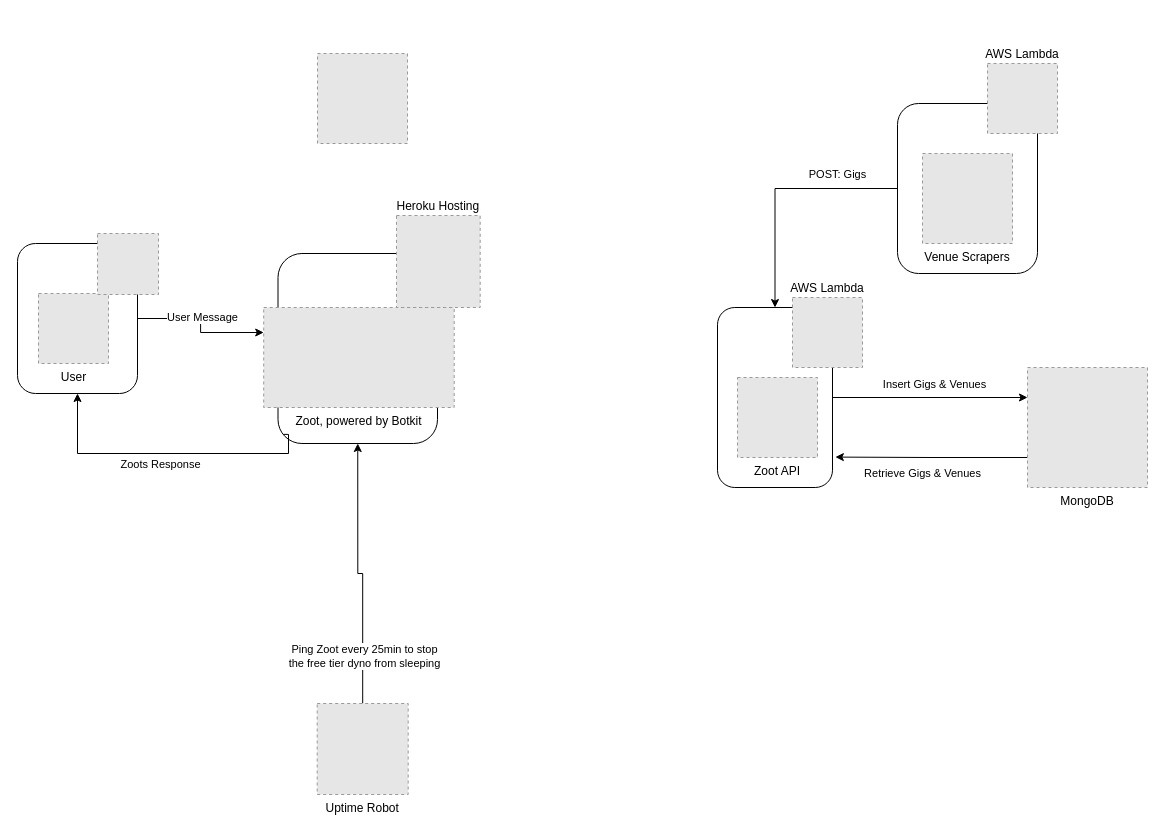
zootytooty/zoothome keeps this draw.io diagram as images/Untitled Diagram.drawio. Above is the earlier version. Source tidied: cells renumbered, new cells numbered last; positions are measured from the earlier drawing's top-left corner, leaving out a move shared by most shapes. Both pictures are drawn from the tidied source at 100%, with x=0, y=0 at pixel (17, 53). Pictures stored in the file or linked from it are replaced by grey dashed boxes.
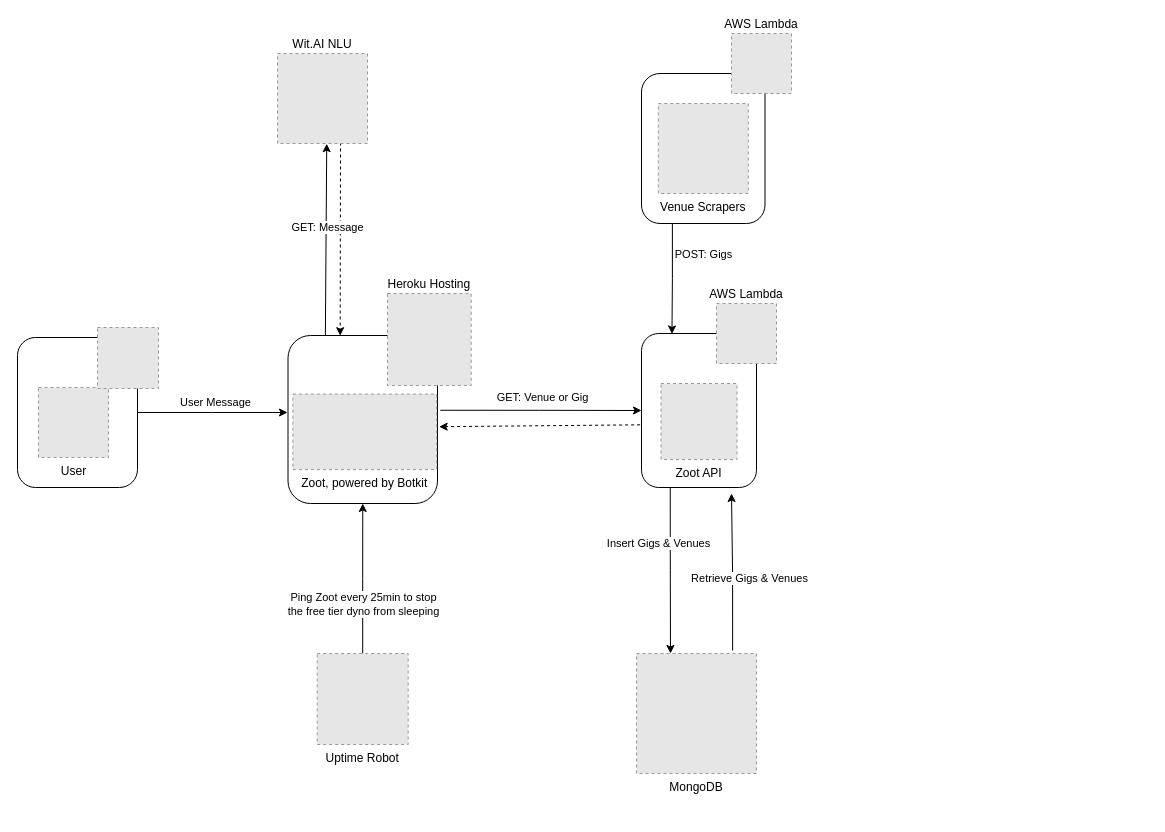
Above is the later version.

Unchanged cells that the change refers to:
```xml
<mxCell id="9" style="edgeStyle=orthogonalEdgeStyle;rounded=0;jettySize=auto;html=1;exitX=0.5;exitY=0;exitDx=0;exitDy=0;entryX=0.5;entryY=1;entryDx=0;entryDy=0;" parent="1" edge="1" source="11" target="14">
  <mxGeometry relative="1" as="geometry" />
</mxCell>
```

Diff of the diagram source:
```diff
@@
-    <mxCell id="2" style="edgeStyle=orthogonalEdgeStyle;rounded=0;jettySize=auto;html=1;exitX=0;exitY=0.75;exitDx=0;exitDy=0;entryX=1.025;entryY=0.831;entryDx=0;entryDy=0;entryPerimeter=0;" parent="1" edge="1" source="4" target="26">
-      <mxGeometry relative="1" as="geometry" />
+    <mxCell id="2" style="edgeStyle=orthogonalEdgeStyle;rounded=0;jettySize=auto;html=1;exitX=0.801;exitY=-0.025;exitDx=0;exitDy=0;exitPerimeter=0;" parent="1" edge="1" source="4">
+      <mxGeometry relative="1" as="geometry">
+        <mxPoint x="714" y="440" as="targetPoint" />
+      </mxGeometry>
     </mxCell>
     <mxCell id="3" value="Retrieve Gigs &amp;amp; Venues" style="edgeLabel;html=1;align=center;verticalAlign=middle;" parent="2" vertex="1">
       <mxGeometry x="0.09" y="3" relative="1" as="geometry">
-        <mxPoint x="-1" y="13" as="offset" />
+        <mxPoint x="20" y="13" as="offset" />
       </mxGeometry>
     </mxCell>
     <mxCell id="4" value="MongoDB" style="fillColor=#E6E6E6;strokeColor=#999999;dashed=1;verticalLabelPosition=bottom;labelBackgroundColor=#ffffff;verticalAlign=top;" parent="1" vertex="1">
-      <mxGeometry x="1010" y="314" width="120" height="120" as="geometry" />
+      <mxGeometry x="619" y="600" width="120" height="120" as="geometry" />
     </mxCell>
+    <mxCell id="29" style="edgeStyle=none;rounded=0;jettySize=auto;html=1;exitX=0.7;exitY=0.989;exitDx=0;exitDy=0;entryX=0.349;entryY=0.001;entryDx=0;entryDy=0;entryPerimeter=0;dashed=1;exitPerimeter=0;" parent="1" edge="1" source="5" target="14">
+      <mxGeometry relative="1" as="geometry" />
+    </mxCell>
-    <mxCell id="5" style="fillColor=#E6E6E6;strokeColor=#999999;dashed=1;verticalLabelPosition=bottom;labelBackgroundColor=#ffffff;verticalAlign=top;" parent="1" vertex="1">
-      <mxGeometry x="300" width="90" height="90" as="geometry" />
+    <mxCell id="5" value="Wit.AI NLU" style="fillColor=#E6E6E6;strokeColor=#999999;dashed=1;verticalLabelPosition=top;labelBackgroundColor=#ffffff;verticalAlign=bottom;labelPosition=center;align=center;" parent="1" vertex="1">
+      <mxGeometry x="260" width="90" height="90" as="geometry" />
     </mxCell>
-    <mxCell id="6" style="edgeStyle=orthogonalEdgeStyle;rounded=0;jettySize=auto;html=1;exitX=1;exitY=0.5;exitDx=0;exitDy=0;entryX=0;entryY=0.25;entryDx=0;entryDy=0;" parent="1" edge="1" source="8" target="17">
-      <mxGeometry relative="1" as="geometry" />
+    <mxCell id="6" style="edgeStyle=orthogonalEdgeStyle;rounded=0;jettySize=auto;html=1;exitX=1;exitY=0.5;exitDx=0;exitDy=0;" parent="1" edge="1" source="8">
+      <mxGeometry relative="1" as="geometry">
+        <mxPoint x="270" y="359" as="targetPoint" />
+      </mxGeometry>
     </mxCell>
@@
     <mxCell id="8" style="rounded=1;whiteSpace=wrap;html=1;" parent="1" vertex="1">
-      <mxGeometry y="190" width="120" height="150" as="geometry" />
+      <mxGeometry y="284" width="120" height="150" as="geometry" />
     </mxCell>
@@
     <mxCell id="10" value="Ping Zoot every 25min to stop &lt;br&gt;&lt;div&gt;the free tier dyno from sleeping&lt;/div&gt;" style="edgeLabel;html=1;align=center;verticalAlign=middle;" parent="9" vertex="1">
       <mxGeometry x="-0.75" y="-1" relative="1" as="geometry">
-        <mxPoint y="-15" as="offset" />
+        <mxPoint x="-1" y="-31" as="offset" />
       </mxGeometry>
     </mxCell>
     <mxCell id="11" value="Uptime Robot" style="fillColor=#E6E6E6;strokeColor=#999999;dashed=1;verticalLabelPosition=bottom;labelBackgroundColor=#ffffff;verticalAlign=top;" parent="1" vertex="1">
-      <mxGeometry x="299.7" y="650" width="91" height="91" as="geometry" />
+      <mxGeometry x="299.7" y="600" width="91" height="91" as="geometry" />
     </mxCell>
     <mxCell id="12" value="User" style="fillColor=#E6E6E6;strokeColor=#999999;dashed=1;html=1;verticalAlign=top;verticalLabelPosition=bottom;labelBackgroundColor=#ffffff;" parent="1" vertex="1">
-      <mxGeometry x="21" y="240" width="70" height="70" as="geometry" />
+      <mxGeometry x="21" y="334" width="70" height="70" as="geometry" />
     </mxCell>
     <mxCell id="13" style="fillColor=#E6E6E6;strokeColor=#999999;dashed=1;verticalLabelPosition=bottom;verticalAlign=top;" parent="1" vertex="1">
-      <mxGeometry x="80" y="180" width="61" height="61" as="geometry" />
+      <mxGeometry x="80" y="274" width="61" height="61" as="geometry" />
     </mxCell>
+    <mxCell id="30" style="edgeStyle=orthogonalEdgeStyle;rounded=0;jettySize=auto;html=1;exitX=1.019;exitY=0.445;exitDx=0;exitDy=0;entryX=0;entryY=0.5;entryDx=0;entryDy=0;exitPerimeter=0;" parent="1" edge="1" source="14" target="26">
+      <mxGeometry relative="1" as="geometry" />
+    </mxCell>
+    <mxCell id="31" value="GET: Venue or Gig" style="edgeLabel;html=1;align=center;verticalAlign=middle;" parent="30" vertex="1">
+      <mxGeometry x="-0.35" y="-1" relative="1" as="geometry">
+        <mxPoint x="37" y="-14" as="offset" />
+      </mxGeometry>
+    </mxCell>
+    <mxCell id="32" style="edgeStyle=none;rounded=0;jettySize=auto;html=1;exitX=0.25;exitY=0;exitDx=0;exitDy=0;entryX=0.547;entryY=1.002;entryDx=0;entryDy=0;entryPerimeter=0;" parent="1" edge="1" source="14" target="5">
+      <mxGeometry relative="1" as="geometry" />
+    </mxCell>
+    <mxCell id="33" value="GET: Message" style="edgeLabel;html=1;align=center;verticalAlign=middle;" parent="32" vertex="1">
+      <mxGeometry x="0.14" y="-1" relative="1" as="geometry" />
+    </mxCell>
     <mxCell id="14" style="rounded=1;whiteSpace=wrap;html=1;" parent="1" vertex="1">
-      <mxGeometry x="260.5" y="200" width="159.5" height="190" as="geometry" />
+      <mxGeometry x="270.5" y="282" width="149.5" height="168" as="geometry" />
     </mxCell>
-    <mxCell id="15" style="edgeStyle=orthogonalEdgeStyle;rounded=0;jettySize=auto;html=1;exitX=0.034;exitY=0.952;exitDx=0;exitDy=0;entryX=0.5;entryY=1;entryDx=0;entryDy=0;exitPerimeter=0;" parent="1" edge="1" source="14" target="8">
-      <mxGeometry relative="1" as="geometry">
-        <Array as="points">
-          <mxPoint x="271" y="380" />
-          <mxPoint x="271" y="400" />
-          <mxPoint x="60" y="400" />
-        </Array>
-      </mxGeometry>
-    </mxCell>
-    <mxCell id="16" value="Zoots Response" style="edgeLabel;html=1;align=center;verticalAlign=middle;" parent="15" vertex="1">
-      <mxGeometry x="0.2" y="-1" relative="1" as="geometry">
-        <mxPoint x="24" y="11" as="offset" />
-      </mxGeometry>
-    </mxCell>
     <mxCell id="17" value="Zoot, powered by Botkit" style="fillColor=#E6E6E6;strokeColor=#999999;dashed=1;verticalLabelPosition=bottom;labelBackgroundColor=#ffffff;verticalAlign=top;" parent="1" vertex="1">
-      <mxGeometry x="246.2" y="254" width="190.5" height="100" as="geometry" />
+      <mxGeometry x="275.4" y="340.6" width="143.8" height="75.5" as="geometry" />
     </mxCell>
     <mxCell id="18" value="Heroku Hosting" style="fillColor=#E6E6E6;strokeColor=#999999;dashed=1;verticalLabelPosition=top;labelBackgroundColor=#ffffff;verticalAlign=bottom;labelPosition=center;align=center;" parent="1" vertex="1">
-      <mxGeometry x="379" y="162" width="83.7" height="92" as="geometry" />
+      <mxGeometry x="370" y="240" width="83.7" height="92" as="geometry" />
     </mxCell>
-    <mxCell id="19" style="edgeStyle=orthogonalEdgeStyle;rounded=0;jettySize=auto;html=1;exitX=0;exitY=0.5;exitDx=0;exitDy=0;entryX=0.5;entryY=0;entryDx=0;entryDy=0;" parent="1" edge="1" source="21" target="26">
+    <mxCell id="19" style="edgeStyle=orthogonalEdgeStyle;rounded=0;jettySize=auto;html=1;exitX=0.25;exitY=1;exitDx=0;exitDy=0;entryX=0.265;entryY=0.003;entryDx=0;entryDy=0;entryPerimeter=0;" parent="1" edge="1" source="21" target="26">
       <mxGeometry relative="1" as="geometry" />
     </mxCell>
     <mxCell id="20" value="POST: Gigs" style="edgeLabel;html=1;align=center;verticalAlign=middle;" parent="19" vertex="1">
       <mxGeometry x="-0.19" y="5" relative="1" as="geometry">
-        <mxPoint x="37" y="-20" as="offset" />
+        <mxPoint x="26" y="-14" as="offset" />
       </mxGeometry>
     </mxCell>
     <mxCell id="21" style="rounded=1;whiteSpace=wrap;html=1;" parent="1" vertex="1">
-      <mxGeometry x="880" y="50" width="140" height="170" as="geometry" />
+      <mxGeometry x="624" y="20" width="123.5" height="150" as="geometry" />
     </mxCell>
     <mxCell id="22" value="AWS Lambda" style="fillColor=#E6E6E6;strokeColor=#999999;dashed=1;verticalLabelPosition=top;labelBackgroundColor=#ffffff;verticalAlign=bottom;labelPosition=center;align=center;" parent="1" vertex="1">
-      <mxGeometry x="970" y="10" width="70" height="70" as="geometry" />
+      <mxGeometry x="714" y="-20" width="60" height="60" as="geometry" />
     </mxCell>
     <mxCell id="23" value="Venue Scrapers" style="fillColor=#E6E6E6;strokeColor=#999999;dashed=1;verticalLabelPosition=bottom;labelBackgroundColor=#ffffff;verticalAlign=top;" parent="1" vertex="1">
-      <mxGeometry x="905" y="100" width="90" height="90" as="geometry" />
+      <mxGeometry x="640.8" y="50" width="90" height="90" as="geometry" />
     </mxCell>
-    <mxCell id="24" style="edgeStyle=orthogonalEdgeStyle;rounded=0;jettySize=auto;html=1;exitX=1;exitY=0.5;exitDx=0;exitDy=0;entryX=0;entryY=0.25;entryDx=0;entryDy=0;" parent="1" edge="1" source="26" target="4">
-      <mxGeometry relative="1" as="geometry" />
+    <mxCell id="24" style="edgeStyle=orthogonalEdgeStyle;rounded=0;jettySize=auto;html=1;exitX=0.25;exitY=1;exitDx=0;exitDy=0;" parent="1" edge="1" source="26">
+      <mxGeometry relative="1" as="geometry">
+        <mxPoint x="653" y="600" as="targetPoint" />
+      </mxGeometry>
     </mxCell>
     <mxCell id="25" value="Insert Gigs &amp;amp; Venues" style="edgeLabel;html=1;align=center;verticalAlign=middle;" parent="24" vertex="1">
       <mxGeometry x="-0.11" y="-5" relative="1" as="geometry">
-        <mxPoint x="14" y="-19" as="offset" />
+        <mxPoint x="-7" y="-19" as="offset" />
       </mxGeometry>
     </mxCell>
+    <mxCell id="34" style="edgeStyle=none;rounded=0;jettySize=auto;html=1;exitX=-0.012;exitY=0.593;exitDx=0;exitDy=0;exitPerimeter=0;dashed=1;entryX=1.011;entryY=0.543;entryDx=0;entryDy=0;entryPerimeter=0;" parent="1" edge="1" source="26" target="14">
+      <mxGeometry relative="1" as="geometry" />
+    </mxCell>
     <mxCell id="26" style="rounded=1;whiteSpace=wrap;html=1;verticalAlign=bottom;" parent="1" vertex="1">
-      <mxGeometry x="700" y="254" width="115" height="180" as="geometry" />
+      <mxGeometry x="624" y="280" width="115" height="154" as="geometry" />
     </mxCell>
     <mxCell id="27" value="Zoot API" style="fillColor=#E6E6E6;strokeColor=#999999;dashed=1;verticalLabelPosition=bottom;labelBackgroundColor=#ffffff;verticalAlign=top;" parent="1" vertex="1">
-      <mxGeometry x="720" y="324" width="80" height="80" as="geometry" />
+      <mxGeometry x="643.5" y="330" width="76" height="76" as="geometry" />
     </mxCell>
     <mxCell id="28" value="AWS Lambda" style="fillColor=#E6E6E6;strokeColor=#999999;dashed=1;verticalLabelPosition=top;labelBackgroundColor=#ffffff;verticalAlign=bottom;labelPosition=center;align=center;" parent="1" vertex="1">
-      <mxGeometry x="775" y="244" width="70" height="70" as="geometry" />
+      <mxGeometry x="699" y="250" width="60" height="60" as="geometry" />
     </mxCell>
```
